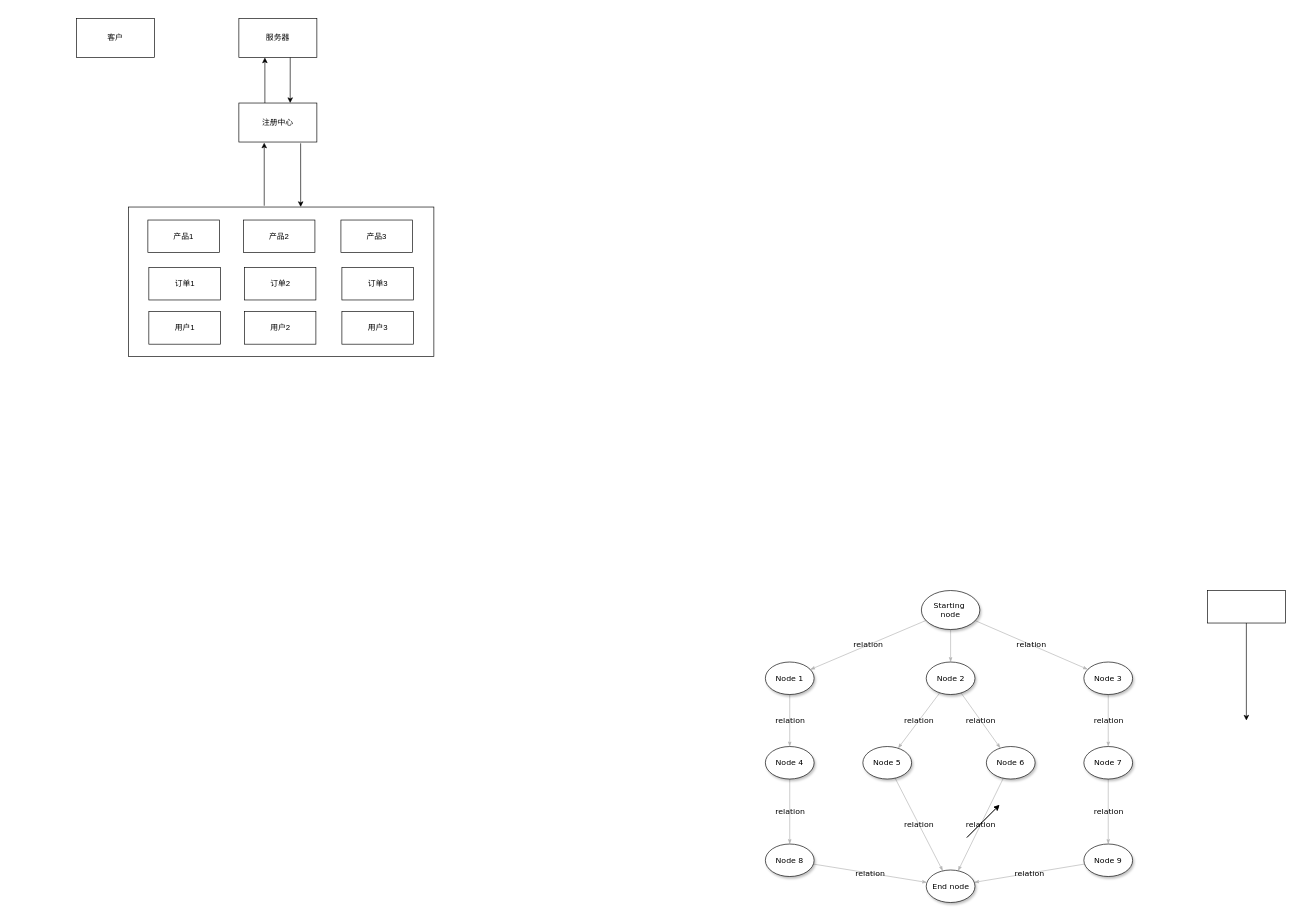
Before: Untitled Diagram.drawio in kcykeke/xiangmu, a draw.io diagram. Source tidied: cells renumbered, new cells numbered last; positions are measured from the earlier drawing's top-left corner, leaving out a move shared by most shapes. Both pictures are drawn from the tidied source at 65%, with x=0, y=0 at pixel (76, 18).
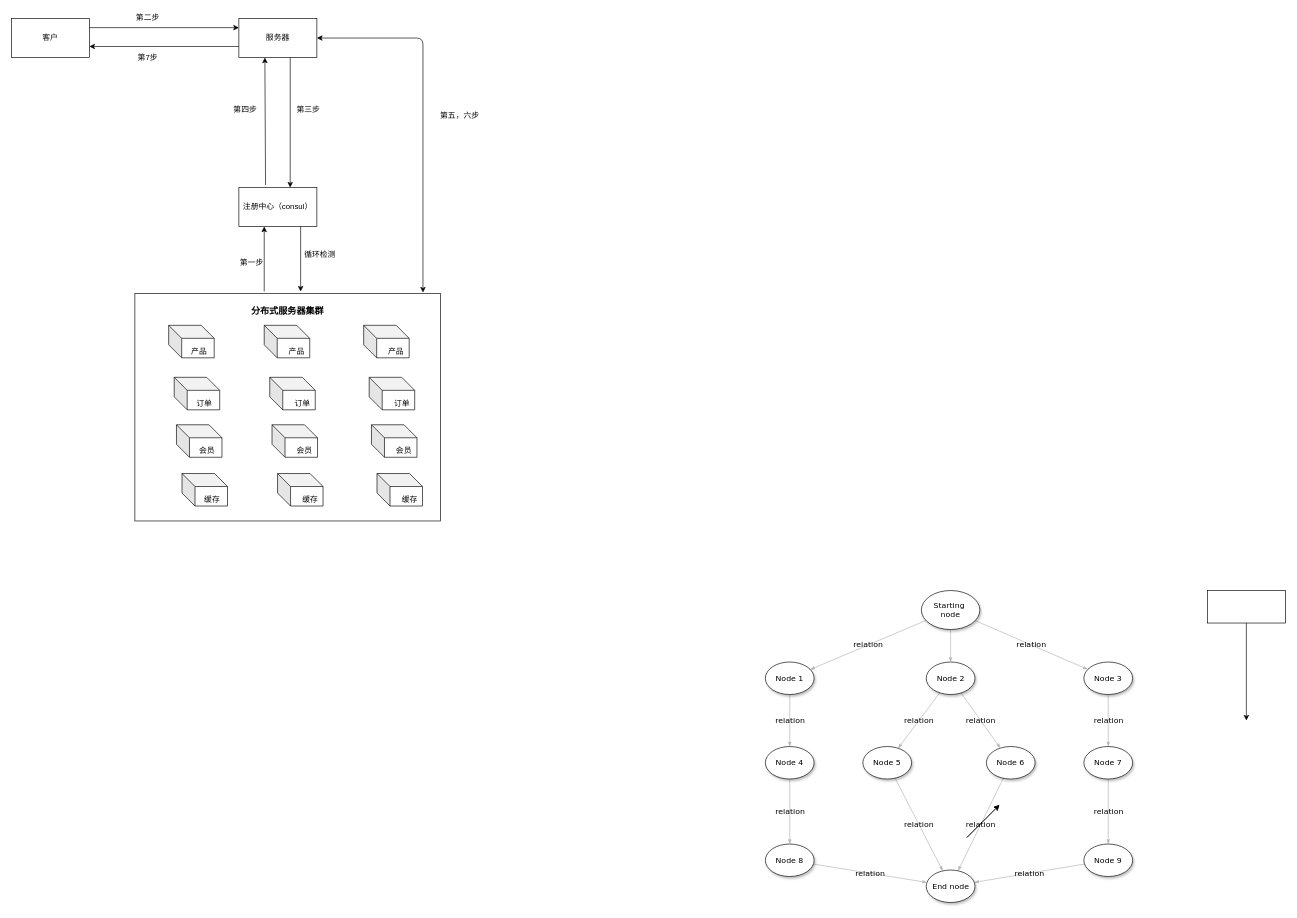
Above is the later version.

The change refers to these unchanged cells:
```xml
<mxCell id="30" value="服务器" style="rounded=0;whiteSpace=wrap;html=1;" parent="1" vertex="1">
  <mxGeometry x="250" width="120" height="60" as="geometry" />
</mxCell>
```

What changed in the source:
```diff
@@
-    <mxCell id="32" value="注册中心" style="rounded=0;whiteSpace=wrap;html=1;" parent="1" vertex="1">
-      <mxGeometry x="250" y="130" width="120" height="60" as="geometry" />
+    <mxCell id="32" value="注册中心（consul）" style="rounded=0;whiteSpace=wrap;html=1;" parent="1" vertex="1">
+      <mxGeometry x="250" y="260" width="120" height="60" as="geometry" />
     </mxCell>
-    <mxCell id="33" style="endArrow=classic;html=1;" parent="1" edge="1">
+    <mxCell id="33" style="endArrow=classic;html=1;exitX=0.342;exitY=-0.067;exitDx=0;exitDy=0;exitPerimeter=0;" parent="1" edge="1" source="32">
       <mxGeometry relative="1" as="geometry">
-        <mxPoint x="290" y="130" as="sourcePoint" />
         <mxPoint x="290" y="60" as="targetPoint" />
       </mxGeometry>
     </mxCell>
     <mxCell id="34" style="rounded=0;whiteSpace=wrap;html=1;" parent="1" vertex="1">
-      <mxGeometry x="80" y="290" width="470" height="230" as="geometry" />
+      <mxGeometry x="90" y="423" width="470" height="350" as="geometry" />
     </mxCell>
-    <mxCell id="35" value="产品1" style="rounded=0;whiteSpace=wrap;html=1;" parent="1" vertex="1">
-      <mxGeometry x="110" y="310" width="110" height="50" as="geometry" />
-    </mxCell>
-    <mxCell id="36" value="产品2" style="rounded=0;whiteSpace=wrap;html=1;" parent="1" vertex="1">
-      <mxGeometry x="257" y="310" width="110" height="50" as="geometry" />
-    </mxCell>
-    <mxCell id="37" value="产品3" style="rounded=0;whiteSpace=wrap;html=1;" parent="1" vertex="1">
-      <mxGeometry x="407" y="310" width="110" height="50" as="geometry" />
-    </mxCell>
-    <mxCell id="38" value="订单1" style="rounded=0;whiteSpace=wrap;html=1;" parent="1" vertex="1">
-      <mxGeometry x="111.5" y="383" width="110" height="50" as="geometry" />
-    </mxCell>
-    <mxCell id="39" value="订单2" style="rounded=0;whiteSpace=wrap;html=1;" parent="1" vertex="1">
-      <mxGeometry x="258.5" y="383" width="110" height="50" as="geometry" />
-    </mxCell>
-    <mxCell id="40" value="订单3" style="rounded=0;whiteSpace=wrap;html=1;" parent="1" vertex="1">
-      <mxGeometry x="408.5" y="383" width="110" height="50" as="geometry" />
-    </mxCell>
-    <mxCell id="41" value="用户1" style="rounded=0;whiteSpace=wrap;html=1;" parent="1" vertex="1">
-      <mxGeometry x="111.5" y="451" width="110" height="50" as="geometry" />
-    </mxCell>
-    <mxCell id="42" value="用户2" style="rounded=0;whiteSpace=wrap;html=1;" parent="1" vertex="1">
-      <mxGeometry x="258.5" y="451" width="110" height="50" as="geometry" />
-    </mxCell>
-    <mxCell id="43" value="用户3" style="rounded=0;whiteSpace=wrap;html=1;" parent="1" vertex="1">
-      <mxGeometry x="408.5" y="451" width="110" height="50" as="geometry" />
-    </mxCell>
     <mxCell id="44" style="endArrow=classic;html=1;" parent="1" edge="1">
       <mxGeometry relative="1" as="geometry">
-        <mxPoint x="289" y="288" as="sourcePoint" />
-        <mxPoint x="289" y="191" as="targetPoint" />
+        <mxPoint x="289" y="420" as="sourcePoint" />
+        <mxPoint x="289" y="320" as="targetPoint" />
       </mxGeometry>
     </mxCell>
-    <mxCell id="45" style="endArrow=classic;html=1;entryX=0.564;entryY=-0.009;entryDx=0;entryDy=0;entryPerimeter=0;exitX=0.792;exitY=1;exitDx=0;exitDy=0;exitPerimeter=0;" parent="1" edge="1">
+    <mxCell id="45" style="endArrow=classic;html=1;" parent="1" edge="1">
       <mxGeometry relative="1" as="geometry">
-        <mxPoint x="345" y="192" as="sourcePoint" />
-        <mxPoint x="345.1" y="289.9" as="targetPoint" />
+        <mxPoint x="345" y="320" as="sourcePoint" />
+        <mxPoint x="345" y="420" as="targetPoint" />
       </mxGeometry>
     </mxCell>
     <mxCell id="46" value="客户" style="rounded=0;whiteSpace=wrap;html=1;" parent="1" vertex="1">
-      <mxGeometry width="120" height="60" as="geometry" />
+      <mxGeometry x="-100" width="120" height="60" as="geometry" />
     </mxCell>
+    <mxCell id="47" style="endArrow=classic;html=1;entryX=0;entryY=0.5;entryDx=0;entryDy=0;exitX=1;exitY=0.5;exitDx=0;exitDy=0;" parent="1" edge="1">
+      <mxGeometry relative="1" as="geometry">
+        <mxPoint x="20" y="14" as="sourcePoint" />
+        <mxPoint x="250" y="14" as="targetPoint" />
+      </mxGeometry>
+    </mxCell>
+    <mxCell id="48" style="endArrow=classic;startArrow=classic;html=1;exitX=1;exitY=0.5;exitDx=0;exitDy=0;entryX=0.943;entryY=-0.004;entryDx=0;entryDy=0;entryPerimeter=0;edgeStyle=orthogonalEdgeStyle;" parent="1" edge="1" source="30" target="34">
+      <mxGeometry relative="1" as="geometry" />
+    </mxCell>
+    <mxCell id="49" value="第一步" style="text;html=1;strokeColor=none;fillColor=none;align=center;verticalAlign=middle;whiteSpace=wrap;rounded=0;" parent="1" vertex="1">
+      <mxGeometry x="250" y="365" width="40" height="20" as="geometry" />
+    </mxCell>
+    <mxCell id="50" value="第二步" style="text;html=1;strokeColor=none;fillColor=none;align=center;verticalAlign=middle;whiteSpace=wrap;rounded=0;" parent="1" vertex="1">
+      <mxGeometry x="90" y="-11" width="40" height="20" as="geometry" />
+    </mxCell>
+    <mxCell id="51" value="第三步" style="text;html=1;strokeColor=none;fillColor=none;align=center;verticalAlign=middle;whiteSpace=wrap;rounded=0;" parent="1" vertex="1">
+      <mxGeometry x="337" y="130" width="40" height="20" as="geometry" />
+    </mxCell>
+    <mxCell id="52" value="第四步" style="text;html=1;strokeColor=none;fillColor=none;align=center;verticalAlign=middle;whiteSpace=wrap;rounded=0;" parent="1" vertex="1">
+      <mxGeometry x="240" y="130" width="40" height="20" as="geometry" />
+    </mxCell>
+    <mxCell id="53" value="&lt;div&gt;第五，六步&lt;/div&gt;" style="text;html=1;strokeColor=none;fillColor=none;align=center;verticalAlign=middle;whiteSpace=wrap;rounded=0;" parent="1" vertex="1">
+      <mxGeometry x="550" y="140" width="80" height="20" as="geometry" />
+    </mxCell>
+    <mxCell id="54" style="endArrow=classic;html=1;entryX=1;entryY=0.75;entryDx=0;entryDy=0;exitX=0;exitY=0.75;exitDx=0;exitDy=0;" parent="1" edge="1">
+      <mxGeometry relative="1" as="geometry">
+        <mxPoint x="250" y="43" as="sourcePoint" />
+        <mxPoint x="20" y="43" as="targetPoint" />
+      </mxGeometry>
+    </mxCell>
+    <mxCell id="55" value="第7步" style="text;html=1;strokeColor=none;fillColor=none;align=center;verticalAlign=middle;whiteSpace=wrap;rounded=0;" parent="1" vertex="1">
+      <mxGeometry x="90" y="50" width="40" height="20" as="geometry" />
+    </mxCell>
+    <mxCell id="56" value="循环检测" style="text;html=1;strokeColor=none;fillColor=none;align=center;verticalAlign=middle;whiteSpace=wrap;rounded=0;" parent="1" vertex="1">
+      <mxGeometry x="350" y="355" width="50" height="15" as="geometry" />
+    </mxCell>
+    <mxCell id="57" style="shape=cube;whiteSpace=wrap;html=1;boundedLbl=1;backgroundOutline=1;darkOpacity=0.05;darkOpacity2=0.1;" parent="1" vertex="1">
+      <mxGeometry x="142" y="472" width="70" height="50" as="geometry" />
+    </mxCell>
+    <mxCell id="58" style="shape=cube;whiteSpace=wrap;html=1;boundedLbl=1;backgroundOutline=1;darkOpacity=0.05;darkOpacity2=0.1;" parent="1" vertex="1">
+      <mxGeometry x="289" y="472" width="70" height="50" as="geometry" />
+    </mxCell>
+    <mxCell id="59" style="shape=cube;whiteSpace=wrap;html=1;boundedLbl=1;backgroundOutline=1;darkOpacity=0.05;darkOpacity2=0.1;" parent="1" vertex="1">
+      <mxGeometry x="442" y="472" width="70" height="50" as="geometry" />
+    </mxCell>
+    <mxCell id="60" value="产品" style="text;html=1;strokeColor=none;fillColor=none;align=center;verticalAlign=middle;whiteSpace=wrap;rounded=0;" parent="1" vertex="1">
+      <mxGeometry x="168.5" y="502" width="40" height="20" as="geometry" />
+    </mxCell>
+    <mxCell id="61" value="产品" style="text;html=1;strokeColor=none;fillColor=none;align=center;verticalAlign=middle;whiteSpace=wrap;rounded=0;" parent="1" vertex="1">
+      <mxGeometry x="319" y="502" width="40" height="20" as="geometry" />
+    </mxCell>
+    <mxCell id="62" value="产品" style="text;html=1;strokeColor=none;fillColor=none;align=center;verticalAlign=middle;whiteSpace=wrap;rounded=0;" parent="1" vertex="1">
+      <mxGeometry x="472" y="502" width="40" height="20" as="geometry" />
+    </mxCell>
+    <mxCell id="63" style="shape=cube;whiteSpace=wrap;html=1;boundedLbl=1;backgroundOutline=1;darkOpacity=0.05;darkOpacity2=0.1;" parent="1" vertex="1">
+      <mxGeometry x="150.5" y="552" width="70" height="50" as="geometry" />
+    </mxCell>
+    <mxCell id="64" style="shape=cube;whiteSpace=wrap;html=1;boundedLbl=1;backgroundOutline=1;darkOpacity=0.05;darkOpacity2=0.1;" parent="1" vertex="1">
+      <mxGeometry x="297.5" y="552" width="70" height="50" as="geometry" />
+    </mxCell>
+    <mxCell id="65" style="shape=cube;whiteSpace=wrap;html=1;boundedLbl=1;backgroundOutline=1;darkOpacity=0.05;darkOpacity2=0.1;" parent="1" vertex="1">
+      <mxGeometry x="450.5" y="552" width="70" height="50" as="geometry" />
+    </mxCell>
+    <mxCell id="66" value="订单" style="text;html=1;strokeColor=none;fillColor=none;align=center;verticalAlign=middle;whiteSpace=wrap;rounded=0;" parent="1" vertex="1">
+      <mxGeometry x="177" y="582" width="40" height="20" as="geometry" />
+    </mxCell>
+    <mxCell id="67" value="订单" style="text;html=1;strokeColor=none;fillColor=none;align=center;verticalAlign=middle;whiteSpace=wrap;rounded=0;" parent="1" vertex="1">
+      <mxGeometry x="327.5" y="582" width="40" height="20" as="geometry" />
+    </mxCell>
+    <mxCell id="68" value="订单" style="text;html=1;strokeColor=none;fillColor=none;align=center;verticalAlign=middle;whiteSpace=wrap;rounded=0;" parent="1" vertex="1">
+      <mxGeometry x="480.5" y="582" width="40" height="20" as="geometry" />
+    </mxCell>
+    <mxCell id="69" style="shape=cube;whiteSpace=wrap;html=1;boundedLbl=1;backgroundOutline=1;darkOpacity=0.05;darkOpacity2=0.1;" parent="1" vertex="1">
+      <mxGeometry x="154" y="625" width="70" height="50" as="geometry" />
+    </mxCell>
+    <mxCell id="70" style="shape=cube;whiteSpace=wrap;html=1;boundedLbl=1;backgroundOutline=1;darkOpacity=0.05;darkOpacity2=0.1;" parent="1" vertex="1">
+      <mxGeometry x="301" y="625" width="70" height="50" as="geometry" />
+    </mxCell>
+    <mxCell id="71" style="shape=cube;whiteSpace=wrap;html=1;boundedLbl=1;backgroundOutline=1;darkOpacity=0.05;darkOpacity2=0.1;" parent="1" vertex="1">
+      <mxGeometry x="454" y="625" width="70" height="50" as="geometry" />
+    </mxCell>
+    <mxCell id="72" value="会员" style="text;html=1;strokeColor=none;fillColor=none;align=center;verticalAlign=middle;whiteSpace=wrap;rounded=0;" parent="1" vertex="1">
+      <mxGeometry x="180.5" y="655" width="40" height="20" as="geometry" />
+    </mxCell>
+    <mxCell id="73" value="会员" style="text;html=1;strokeColor=none;fillColor=none;align=center;verticalAlign=middle;whiteSpace=wrap;rounded=0;" parent="1" vertex="1">
+      <mxGeometry x="331" y="655" width="40" height="20" as="geometry" />
+    </mxCell>
+    <mxCell id="74" value="会员" style="text;html=1;strokeColor=none;fillColor=none;align=center;verticalAlign=middle;whiteSpace=wrap;rounded=0;" parent="1" vertex="1">
+      <mxGeometry x="484" y="655" width="40" height="20" as="geometry" />
+    </mxCell>
+    <mxCell id="75" value="&lt;div style=&quot;font-size: 14px&quot;&gt;&lt;b&gt;&lt;font style=&quot;font-size: 14px&quot;&gt;分布式服务器集群&lt;/font&gt;&lt;/b&gt;&lt;/div&gt;" style="text;html=1;strokeColor=none;fillColor=none;align=center;verticalAlign=middle;whiteSpace=wrap;rounded=0;" parent="1" vertex="1">
+      <mxGeometry x="265" y="440" width="120" height="20" as="geometry" />
+    </mxCell>
+    <mxCell id="76" style="shape=cube;whiteSpace=wrap;html=1;boundedLbl=1;backgroundOutline=1;darkOpacity=0.05;darkOpacity2=0.1;" parent="1" vertex="1">
+      <mxGeometry x="162.5" y="700" width="70" height="50" as="geometry" />
+    </mxCell>
+    <mxCell id="77" style="shape=cube;whiteSpace=wrap;html=1;boundedLbl=1;backgroundOutline=1;darkOpacity=0.05;darkOpacity2=0.1;" parent="1" vertex="1">
+      <mxGeometry x="309.5" y="700" width="70" height="50" as="geometry" />
+    </mxCell>
+    <mxCell id="78" style="shape=cube;whiteSpace=wrap;html=1;boundedLbl=1;backgroundOutline=1;darkOpacity=0.05;darkOpacity2=0.1;" parent="1" vertex="1">
+      <mxGeometry x="462.5" y="700" width="70" height="50" as="geometry" />
+    </mxCell>
+    <mxCell id="79" value="缓存" style="text;html=1;strokeColor=none;fillColor=none;align=center;verticalAlign=middle;whiteSpace=wrap;rounded=0;" parent="1" vertex="1">
+      <mxGeometry x="189" y="730" width="40" height="20" as="geometry" />
+    </mxCell>
+    <mxCell id="80" value="缓存" style="text;html=1;strokeColor=none;fillColor=none;align=center;verticalAlign=middle;whiteSpace=wrap;rounded=0;" parent="1" vertex="1">
+      <mxGeometry x="339.5" y="730" width="40" height="20" as="geometry" />
+    </mxCell>
+    <mxCell id="81" value="&lt;div&gt;缓存&lt;/div&gt;" style="text;html=1;strokeColor=none;fillColor=none;align=center;verticalAlign=middle;whiteSpace=wrap;rounded=0;" parent="1" vertex="1">
+      <mxGeometry x="492.5" y="730" width="40" height="20" as="geometry" />
+    </mxCell>
```
